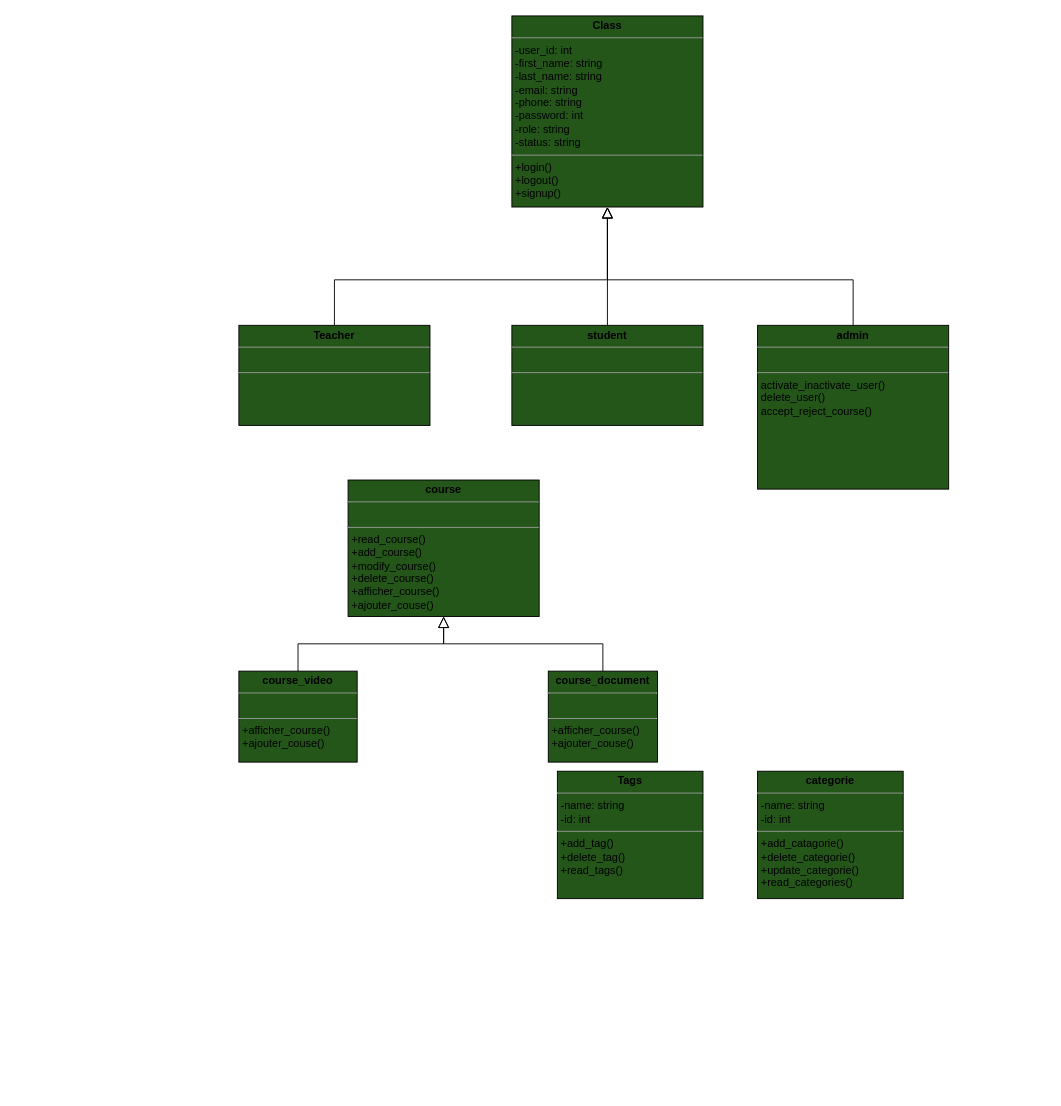
Above: page "Page-1" (1 of 2) of UML/diagramme_de_classe.drawio in Abderrahman-Ahouari/brief-crois-e-2-Plateforme-de-Cours-en-Ligne-Youdemy (draw.io), before the change. Source tidied: cells renumbered, new cells numbered last; positions are measured from the earlier drawing's top-left corner, leaving out a move shared by most shapes. Both pictures are drawn from the tidied source at 91%, with x=0, y=0 at pixel (238, 15).
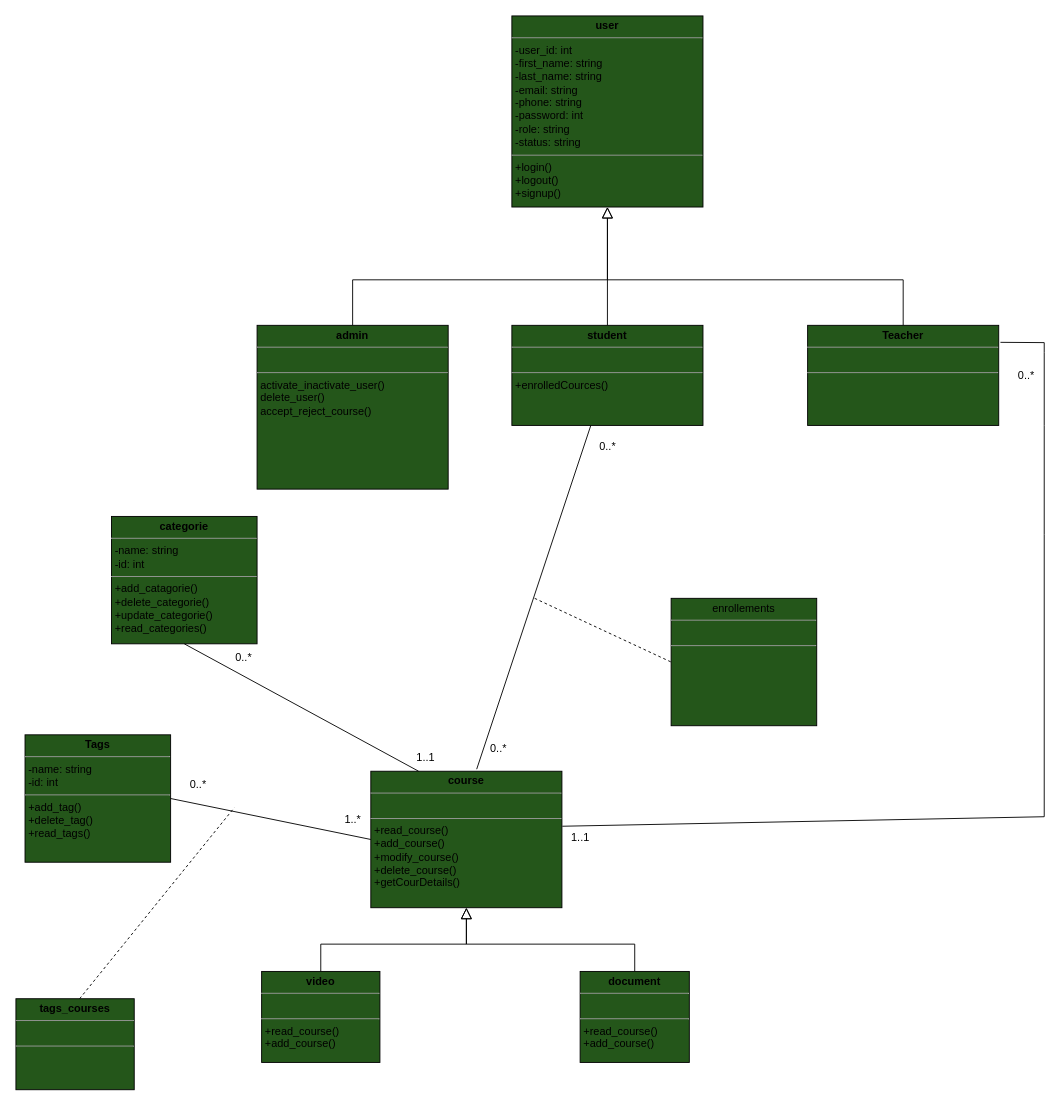
After the change.

Diff of the diagram source:
```diff
@@
-    <mxCell id="2" style="endArrow=block;endSize=10;endFill=0;shadow=0;strokeWidth=1;rounded=0;edgeStyle=elbowEdgeStyle;elbow=vertical;entryX=0.5;entryY=1;entryDx=0;entryDy=0;exitX=0.5;exitY=0;exitDx=0;exitDy=0;" parent="1" edge="1" source="6" target="5">
-      <mxGeometry relative="1" as="geometry">
-        <Array as="points">
-          <mxPoint x="320" y="290" />
-          <mxPoint x="320" y="340" />
-        </Array>
-      </mxGeometry>
-    </mxCell>
-    <mxCell id="3" style="endArrow=block;endSize=10;endFill=0;shadow=0;strokeWidth=1;rounded=0;edgeStyle=elbowEdgeStyle;elbow=vertical;exitX=0.5;exitY=0;exitDx=0;exitDy=0;entryX=0.5;entryY=1;entryDx=0;entryDy=0;" parent="1" edge="1" source="7" target="5">
-      <mxGeometry relative="1" as="geometry">
-        <Array as="points">
-          <mxPoint x="490" y="290" />
-          <mxPoint x="510" y="330" />
-        </Array>
-      </mxGeometry>
-    </mxCell>
-    <mxCell id="4" style="endArrow=block;endSize=10;endFill=0;shadow=0;strokeWidth=1;rounded=0;elbow=vertical;entryX=0.5;entryY=1;entryDx=0;entryDy=0;exitX=0.5;exitY=0;exitDx=0;exitDy=0;" parent="1" edge="1" source="8" target="5">
-      <mxGeometry relative="1" as="geometry" />
-    </mxCell>
-    <mxCell id="5" value="&lt;p style=&quot;margin:0px;margin-top:4px;text-align:center;&quot;&gt;&lt;b&gt;Class&lt;/b&gt;&lt;/p&gt;&lt;hr size=&quot;1&quot;&gt;&lt;p style=&quot;margin:0px;margin-left:4px;&quot;&gt;-user_id: int&lt;br&gt;&lt;/p&gt;&lt;p style=&quot;margin:0px;margin-left:4px;&quot;&gt;-first_name: string&lt;br&gt;&lt;/p&gt;&lt;p style=&quot;margin:0px;margin-left:4px;&quot;&gt;-last_name: string&lt;br&gt;&lt;/p&gt;&lt;p style=&quot;margin:0px;margin-left:4px;&quot;&gt;-email: string&lt;br&gt;&lt;/p&gt;&lt;p style=&quot;margin:0px;margin-left:4px;&quot;&gt;-phone: string&lt;br&gt;&lt;/p&gt;&lt;p style=&quot;margin:0px;margin-left:4px;&quot;&gt;-password: int&lt;br&gt;&lt;/p&gt;&lt;p style=&quot;margin:0px;margin-left:4px;&quot;&gt;-role: string&lt;br&gt;&lt;/p&gt;&lt;p style=&quot;margin:0px;margin-left:4px;&quot;&gt;-status: string&lt;br&gt;&lt;/p&gt;&lt;hr size=&quot;1&quot;&gt;&lt;p style=&quot;margin:0px;margin-left:4px;&quot;&gt;+login()&lt;br&gt;&lt;/p&gt;&lt;p style=&quot;margin:0px;margin-left:4px;&quot;&gt;+logout()&lt;br&gt;&lt;/p&gt;&lt;p style=&quot;margin:0px;margin-left:4px;&quot;&gt;+signup()&lt;br&gt;&lt;/p&gt;" style="verticalAlign=top;align=left;overflow=fill;fontSize=12;fontFamily=Helvetica;html=1;fillColor=#24561A;" parent="1" vertex="1">
-      <mxGeometry x="300" width="210" height="210" as="geometry" />
-    </mxCell>
+    <mxCell id="16" style="endArrow=block;endSize=10;endFill=0;shadow=0;strokeWidth=1;rounded=0;edgeStyle=elbowEdgeStyle;elbow=vertical;entryX=0.5;entryY=1;entryDx=0;entryDy=0;exitX=0.5;exitY=0;exitDx=0;exitDy=0;" parent="1" edge="1" source="6" target="18">
+      <mxGeometry relative="1" as="geometry">
+        <Array as="points">
+          <mxPoint x="320" y="290" />
+          <mxPoint x="320" y="340" />
+        </Array>
+      </mxGeometry>
+    </mxCell>
+    <mxCell id="17" style="endArrow=block;endSize=10;endFill=0;shadow=0;strokeWidth=1;rounded=0;edgeStyle=elbowEdgeStyle;elbow=vertical;exitX=0.5;exitY=0;exitDx=0;exitDy=0;entryX=0.5;entryY=1;entryDx=0;entryDy=0;" parent="1" edge="1" source="7" target="18">
+      <mxGeometry relative="1" as="geometry">
+        <Array as="points">
+          <mxPoint x="490" y="290" />
+          <mxPoint x="510" y="330" />
+        </Array>
+      </mxGeometry>
+    </mxCell>
+    <mxCell id="18" value="&lt;p style=&quot;margin:0px;margin-top:4px;text-align:center;&quot;&gt;&lt;b&gt;user&lt;/b&gt;&lt;/p&gt;&lt;hr size=&quot;1&quot;&gt;&lt;p style=&quot;margin:0px;margin-left:4px;&quot;&gt;-user_id: int&lt;br&gt;&lt;/p&gt;&lt;p style=&quot;margin:0px;margin-left:4px;&quot;&gt;-first_name: string&lt;br&gt;&lt;/p&gt;&lt;p style=&quot;margin:0px;margin-left:4px;&quot;&gt;-last_name: string&lt;br&gt;&lt;/p&gt;&lt;p style=&quot;margin:0px;margin-left:4px;&quot;&gt;-email: string&lt;br&gt;&lt;/p&gt;&lt;p style=&quot;margin:0px;margin-left:4px;&quot;&gt;-phone: string&lt;br&gt;&lt;/p&gt;&lt;p style=&quot;margin:0px;margin-left:4px;&quot;&gt;-password: int&lt;br&gt;&lt;/p&gt;&lt;p style=&quot;margin:0px;margin-left:4px;&quot;&gt;-role: string&lt;br&gt;&lt;/p&gt;&lt;p style=&quot;margin:0px;margin-left:4px;&quot;&gt;-status: string&lt;br&gt;&lt;/p&gt;&lt;hr size=&quot;1&quot;&gt;&lt;p style=&quot;margin:0px;margin-left:4px;&quot;&gt;+login()&lt;br&gt;&lt;/p&gt;&lt;p style=&quot;margin:0px;margin-left:4px;&quot;&gt;+logout()&lt;br&gt;&lt;/p&gt;&lt;p style=&quot;margin:0px;margin-left:4px;&quot;&gt;+signup()&lt;br&gt;&lt;/p&gt;" style="verticalAlign=top;align=left;overflow=fill;fontSize=12;fontFamily=Helvetica;html=1;fillColor=#24561A;" parent="1" vertex="1">
+      <mxGeometry x="300" width="210" height="210" as="geometry" />
+    </mxCell>
     <mxCell id="6" value="&lt;p style=&quot;margin:0px;margin-top:4px;text-align:center;&quot;&gt;&lt;b&gt;Teacher&lt;/b&gt;&lt;/p&gt;&lt;hr size=&quot;1&quot;&gt;&lt;p style=&quot;margin:0px;margin-left:4px;&quot;&gt;&lt;br&gt;&lt;/p&gt;&lt;hr size=&quot;1&quot;&gt;&lt;p style=&quot;margin:0px;margin-left:4px;&quot;&gt;&lt;br&gt;&lt;/p&gt;" style="verticalAlign=top;align=left;overflow=fill;fontSize=12;fontFamily=Helvetica;html=1;fillColor=#24561A;" parent="1" vertex="1">
-      <mxGeometry y="340" width="210" height="110" as="geometry" />
+      <mxGeometry x="625" y="340" width="210" height="110" as="geometry" />
     </mxCell>
     <mxCell id="7" value="&lt;p style=&quot;margin:0px;margin-top:4px;text-align:center;&quot;&gt;&lt;b&gt;admin&lt;/b&gt;&lt;/p&gt;&lt;hr size=&quot;1&quot;&gt;&lt;p style=&quot;margin:0px;margin-left:4px;&quot;&gt;&lt;br&gt;&lt;/p&gt;&lt;hr size=&quot;1&quot;&gt;&lt;p style=&quot;margin:0px;margin-left:4px;&quot;&gt;&lt;span style=&quot;background-color: initial;&quot;&gt;activate_inactivate_user()&lt;/span&gt;&lt;br&gt;&lt;/p&gt;&lt;p style=&quot;margin: 0px 0px 0px 4px;&quot;&gt;delete_user()&lt;/p&gt;&lt;p style=&quot;margin: 0px 0px 0px 4px;&quot;&gt;accept_reject_course()&lt;/p&gt;" style="verticalAlign=top;align=left;overflow=fill;fontSize=12;fontFamily=Helvetica;html=1;fillColor=#24561A;" parent="1" vertex="1">
-      <mxGeometry x="570" y="340" width="210" height="180" as="geometry" />
+      <mxGeometry x="20" y="340" width="210" height="180" as="geometry" />
     </mxCell>
-    <mxCell id="8" value="&lt;p style=&quot;margin:0px;margin-top:4px;text-align:center;&quot;&gt;&lt;b&gt;student&lt;/b&gt;&lt;/p&gt;&lt;hr size=&quot;1&quot;&gt;&lt;p style=&quot;margin:0px;margin-left:4px;&quot;&gt;&lt;br&gt;&lt;/p&gt;&lt;hr size=&quot;1&quot;&gt;&lt;p style=&quot;margin:0px;margin-left:4px;&quot;&gt;&lt;br&gt;&lt;/p&gt;" style="verticalAlign=top;align=left;overflow=fill;fontSize=12;fontFamily=Helvetica;html=1;fillColor=#24561A;" parent="1" vertex="1">
-      <mxGeometry x="300" y="340" width="210" height="110" as="geometry" />
-    </mxCell>
-    <mxCell id="9" value="&lt;p style=&quot;margin:0px;margin-top:4px;text-align:center;&quot;&gt;&lt;b&gt;course&lt;/b&gt;&lt;/p&gt;&lt;hr size=&quot;1&quot;&gt;&lt;p style=&quot;margin:0px;margin-left:4px;&quot;&gt;&lt;br&gt;&lt;/p&gt;&lt;hr size=&quot;1&quot;&gt;&lt;p style=&quot;margin:0px;margin-left:4px;&quot;&gt;+read_course()&lt;/p&gt;&lt;p style=&quot;margin:0px;margin-left:4px;&quot;&gt;&lt;span style=&quot;background-color: initial;&quot;&gt;+add_course()&lt;/span&gt;&lt;br&gt;&lt;/p&gt;&lt;p style=&quot;margin: 0px 0px 0px 4px;&quot;&gt;+modify_course()&lt;br&gt;&lt;/p&gt;&lt;p style=&quot;margin: 0px 0px 0px 4px;&quot;&gt;+delete_course()&lt;/p&gt;&lt;p style=&quot;margin: 0px 0px 0px 4px;&quot;&gt;+afficher_course()&lt;/p&gt;&lt;p style=&quot;margin: 0px 0px 0px 4px;&quot;&gt;+ajouter_couse()&lt;/p&gt;" style="verticalAlign=top;align=left;overflow=fill;fontSize=12;fontFamily=Helvetica;html=1;fillColor=#24561A;" parent="1" vertex="1">
-      <mxGeometry x="120" y="510" width="210" height="150" as="geometry" />
-    </mxCell>
-    <mxCell id="10" value="&lt;p style=&quot;margin:0px;margin-top:4px;text-align:center;&quot;&gt;&lt;b&gt;course_video&lt;/b&gt;&lt;/p&gt;&lt;hr size=&quot;1&quot;&gt;&lt;p style=&quot;margin:0px;margin-left:4px;&quot;&gt;&lt;br&gt;&lt;/p&gt;&lt;hr size=&quot;1&quot;&gt;&lt;p style=&quot;margin:0px;margin-left:4px;&quot;&gt;+afficher_course()&lt;/p&gt;&lt;p style=&quot;margin:0px;margin-left:4px;&quot;&gt;+ajouter_couse()&lt;/p&gt;" style="verticalAlign=top;align=left;overflow=fill;fontSize=12;fontFamily=Helvetica;html=1;fillColor=#24561A;" parent="1" vertex="1">
-      <mxGeometry y="720" width="130" height="100" as="geometry" />
-    </mxCell>
-    <mxCell id="11" value="&lt;p style=&quot;margin:0px;margin-top:4px;text-align:center;&quot;&gt;&lt;b&gt;course_document&lt;/b&gt;&lt;/p&gt;&lt;hr size=&quot;1&quot;&gt;&lt;p style=&quot;margin:0px;margin-left:4px;&quot;&gt;&lt;br&gt;&lt;/p&gt;&lt;hr size=&quot;1&quot;&gt;&lt;p style=&quot;margin:0px;margin-left:4px;&quot;&gt;+afficher_course()&lt;/p&gt;&lt;p style=&quot;margin:0px;margin-left:4px;&quot;&gt;+ajouter_couse()&lt;/p&gt;" style="verticalAlign=top;align=left;overflow=fill;fontSize=12;fontFamily=Helvetica;html=1;fillColor=#24561A;" parent="1" vertex="1">
-      <mxGeometry x="340" y="720" width="120" height="100" as="geometry" />
-    </mxCell>
-    <mxCell id="12" style="endArrow=block;endSize=10;endFill=0;shadow=0;strokeWidth=1;rounded=0;edgeStyle=elbowEdgeStyle;elbow=vertical;entryX=0.5;entryY=1;entryDx=0;entryDy=0;exitX=0.5;exitY=0;exitDx=0;exitDy=0;" parent="1" edge="1" source="10" target="9">
-      <mxGeometry relative="1" as="geometry">
-        <Array as="points">
-          <mxPoint x="185" y="690" />
-          <mxPoint x="145" y="680" />
-          <mxPoint x="200" y="660" />
-          <mxPoint x="330" y="646" />
-          <mxPoint x="330" y="696" />
-        </Array>
-      </mxGeometry>
-    </mxCell>
-    <mxCell id="13" style="endArrow=block;endSize=10;endFill=0;shadow=0;strokeWidth=1;rounded=0;edgeStyle=elbowEdgeStyle;elbow=vertical;entryX=0.5;entryY=1;entryDx=0;entryDy=0;exitX=0.5;exitY=0;exitDx=0;exitDy=0;" parent="1" edge="1" source="11" target="9">
-      <mxGeometry relative="1" as="geometry">
-        <Array as="points">
-          <mxPoint x="295" y="690" />
-          <mxPoint x="255" y="680" />
-          <mxPoint x="290" y="650" />
-          <mxPoint x="280" y="660" />
-          <mxPoint x="340" y="656" />
-          <mxPoint x="340" y="706" />
-        </Array>
-      </mxGeometry>
-    </mxCell>
+    <mxCell id="19" value="&lt;p style=&quot;margin:0px;margin-top:4px;text-align:center;&quot;&gt;&lt;b&gt;student&lt;/b&gt;&lt;/p&gt;&lt;hr size=&quot;1&quot;&gt;&lt;p style=&quot;margin:0px;margin-left:4px;&quot;&gt;&lt;br&gt;&lt;/p&gt;&lt;hr size=&quot;1&quot;&gt;&lt;p style=&quot;margin:0px;margin-left:4px;&quot;&gt;+enrolledCources()&lt;/p&gt;" style="verticalAlign=top;align=left;overflow=fill;fontSize=12;fontFamily=Helvetica;html=1;fillColor=#24561A;" parent="1" vertex="1">
+      <mxGeometry x="300" y="340" width="210" height="110" as="geometry" />
+    </mxCell>
+    <mxCell id="20" value="&lt;p style=&quot;margin:0px;margin-top:4px;text-align:center;&quot;&gt;&lt;b&gt;course&lt;/b&gt;&lt;/p&gt;&lt;hr size=&quot;1&quot;&gt;&lt;p style=&quot;margin:0px;margin-left:4px;&quot;&gt;&lt;br&gt;&lt;/p&gt;&lt;hr size=&quot;1&quot;&gt;&lt;p style=&quot;margin:0px;margin-left:4px;&quot;&gt;+read_course()&lt;/p&gt;&lt;p style=&quot;margin:0px;margin-left:4px;&quot;&gt;&lt;span style=&quot;background-color: initial;&quot;&gt;+add_course()&lt;/span&gt;&lt;br&gt;&lt;/p&gt;&lt;p style=&quot;margin: 0px 0px 0px 4px;&quot;&gt;+modify_course()&lt;br&gt;&lt;/p&gt;&lt;p style=&quot;margin: 0px 0px 0px 4px;&quot;&gt;+delete_course()&lt;/p&gt;&lt;p style=&quot;margin: 0px 0px 0px 4px;&quot;&gt;+getCourDetails()&lt;/p&gt;&lt;p style=&quot;margin: 0px 0px 0px 4px;&quot;&gt;&lt;br&gt;&lt;/p&gt;&lt;p style=&quot;margin: 0px 0px 0px 4px;&quot;&gt;&lt;br&gt;&lt;/p&gt;" style="verticalAlign=top;align=left;overflow=fill;fontSize=12;fontFamily=Helvetica;html=1;fillColor=#24561A;" parent="1" vertex="1">
+      <mxGeometry x="145" y="830" width="210" height="150" as="geometry" />
+    </mxCell>
+    <mxCell id="21" value="&lt;p style=&quot;margin:0px;margin-top:4px;text-align:center;&quot;&gt;&lt;b&gt;video&lt;/b&gt;&lt;/p&gt;&lt;hr size=&quot;1&quot;&gt;&lt;p style=&quot;margin:0px;margin-left:4px;&quot;&gt;&lt;br&gt;&lt;/p&gt;&lt;hr size=&quot;1&quot;&gt;&lt;p style=&quot;margin: 0px 0px 0px 4px;&quot;&gt;+read_course()&lt;/p&gt;&lt;p style=&quot;margin: 0px 0px 0px 4px;&quot;&gt;&lt;span style=&quot;background-color: initial;&quot;&gt;+add_course()&lt;/span&gt;&lt;/p&gt;" style="verticalAlign=top;align=left;overflow=fill;fontSize=12;fontFamily=Helvetica;html=1;fillColor=#24561A;" parent="1" vertex="1">
+      <mxGeometry x="25" y="1050" width="130" height="100" as="geometry" />
+    </mxCell>
+    <mxCell id="22" value="&lt;p style=&quot;margin:0px;margin-top:4px;text-align:center;&quot;&gt;&lt;b&gt;document&lt;/b&gt;&lt;/p&gt;&lt;hr size=&quot;1&quot;&gt;&lt;p style=&quot;margin:0px;margin-left:4px;&quot;&gt;&lt;br&gt;&lt;/p&gt;&lt;hr size=&quot;1&quot;&gt;&lt;p style=&quot;margin: 0px 0px 0px 4px;&quot;&gt;+read_course()&lt;/p&gt;&lt;p style=&quot;margin: 0px 0px 0px 4px;&quot;&gt;&lt;span style=&quot;background-color: initial;&quot;&gt;+add_course()&lt;/span&gt;&lt;/p&gt;" style="verticalAlign=top;align=left;overflow=fill;fontSize=12;fontFamily=Helvetica;html=1;fillColor=#24561A;" parent="1" vertex="1">
+      <mxGeometry x="375" y="1050" width="120" height="100" as="geometry" />
+    </mxCell>
+    <mxCell id="23" style="endArrow=block;endSize=10;endFill=0;shadow=0;strokeWidth=1;rounded=0;edgeStyle=elbowEdgeStyle;elbow=vertical;entryX=0.5;entryY=1;entryDx=0;entryDy=0;exitX=0.5;exitY=0;exitDx=0;exitDy=0;" parent="1" edge="1" source="21" target="20">
+      <mxGeometry relative="1" as="geometry">
+        <Array as="points">
+          <mxPoint x="210" y="1020" />
+          <mxPoint x="170" y="1010" />
+          <mxPoint x="225" y="990" />
+          <mxPoint x="355" y="976" />
+          <mxPoint x="355" y="1026" />
+        </Array>
+      </mxGeometry>
+    </mxCell>
+    <mxCell id="24" style="endArrow=block;endSize=10;endFill=0;shadow=0;strokeWidth=1;rounded=0;edgeStyle=elbowEdgeStyle;elbow=vertical;entryX=0.5;entryY=1;entryDx=0;entryDy=0;exitX=0.5;exitY=0;exitDx=0;exitDy=0;" parent="1" edge="1" source="22" target="20">
+      <mxGeometry relative="1" as="geometry">
+        <Array as="points">
+          <mxPoint x="320" y="1020" />
+          <mxPoint x="280" y="1010" />
+          <mxPoint x="315" y="980" />
+          <mxPoint x="305" y="990" />
+          <mxPoint x="365" y="986" />
+          <mxPoint x="365" y="1036" />
+        </Array>
+      </mxGeometry>
+    </mxCell>
     <mxCell id="14" value="&lt;p style=&quot;margin:0px;margin-top:4px;text-align:center;&quot;&gt;&lt;b&gt;categorie&lt;/b&gt;&lt;/p&gt;&lt;hr size=&quot;1&quot;&gt;&lt;p style=&quot;margin:0px;margin-left:4px;&quot;&gt;-name: string&lt;/p&gt;&lt;p style=&quot;margin:0px;margin-left:4px;&quot;&gt;-id: int&lt;/p&gt;&lt;hr size=&quot;1&quot;&gt;&lt;p style=&quot;margin:0px;margin-left:4px;&quot;&gt;&lt;span style=&quot;background-color: initial;&quot;&gt;+add_catagorie()&lt;/span&gt;&lt;br&gt;&lt;/p&gt;&lt;p style=&quot;margin: 0px 0px 0px 4px;&quot;&gt;+delete_categorie()&lt;/p&gt;&lt;p style=&quot;margin: 0px 0px 0px 4px;&quot;&gt;+update_categorie()&lt;/p&gt;&lt;p style=&quot;margin: 0px 0px 0px 4px;&quot;&gt;+read_categories()&lt;/p&gt;&lt;p style=&quot;margin: 0px 0px 0px 4px;&quot;&gt;&lt;br&gt;&lt;/p&gt;" style="verticalAlign=top;align=left;overflow=fill;fontSize=12;fontFamily=Helvetica;html=1;fillColor=#24561A;" parent="1" vertex="1">
-      <mxGeometry x="570" y="830" width="160" height="140" as="geometry" />
+      <mxGeometry x="-140" y="550" width="160" height="140" as="geometry" />
     </mxCell>
     <mxCell id="15" value="&lt;p style=&quot;margin:0px;margin-top:4px;text-align:center;&quot;&gt;&lt;b&gt;Tags&lt;/b&gt;&lt;/p&gt;&lt;hr size=&quot;1&quot;&gt;&lt;p style=&quot;margin:0px;margin-left:4px;&quot;&gt;-name: string&lt;/p&gt;&lt;p style=&quot;margin:0px;margin-left:4px;&quot;&gt;-id: int&lt;/p&gt;&lt;hr size=&quot;1&quot;&gt;&lt;p style=&quot;margin:0px;margin-left:4px;&quot;&gt;&lt;span style=&quot;background-color: initial;&quot;&gt;+add_tag()&lt;/span&gt;&lt;br&gt;&lt;/p&gt;&lt;p style=&quot;margin: 0px 0px 0px 4px;&quot;&gt;+delete_tag()&lt;/p&gt;&lt;p style=&quot;margin: 0px 0px 0px 4px;&quot;&gt;+read_tags()&lt;/p&gt;" style="verticalAlign=top;align=left;overflow=fill;fontSize=12;fontFamily=Helvetica;html=1;fillColor=#24561A;" parent="1" vertex="1">
-      <mxGeometry x="350" y="830" width="160" height="140" as="geometry" />
+      <mxGeometry x="-235" y="790" width="160" height="140" as="geometry" />
     </mxCell>
+    <mxCell id="25" style="endArrow=none;html=1;rounded=0;exitX=0.5;exitY=0;exitDx=0;exitDy=0;" parent="1" edge="1" source="19">
+      <mxGeometry relative="1" as="geometry">
+        <mxPoint x="405" y="290" as="targetPoint" />
+      </mxGeometry>
+    </mxCell>
+    <mxCell id="26" style="endArrow=none;html=1;rounded=0;entryX=1;entryY=0.5;entryDx=0;entryDy=0;exitX=0;exitY=0.5;exitDx=0;exitDy=0;" parent="1" edge="1" source="20" target="15">
+      <mxGeometry relative="1" as="geometry" />
+    </mxCell>
+    <mxCell id="27" value="0..*" style="text;html=1;align=center;verticalAlign=middle;strokeColor=none;fillColor=none;" parent="1" vertex="1">
+      <mxGeometry x="-65" y="830" width="40" height="30" as="geometry" />
+    </mxCell>
+    <mxCell id="28" value="1..*" style="text;html=1;align=center;verticalAlign=middle;strokeColor=none;fillColor=none;" parent="1" vertex="1">
+      <mxGeometry x="105" y="868" width="40" height="30" as="geometry" />
+    </mxCell>
+    <mxCell id="29" style="endArrow=none;html=1;rounded=0;exitX=0.554;exitY=-0.015;exitDx=0;exitDy=0;exitPerimeter=0;" parent="1" edge="1" source="20" target="19">
+      <mxGeometry relative="1" as="geometry" />
+    </mxCell>
+    <mxCell id="30" value="0..*" style="text;html=1;align=center;verticalAlign=middle;strokeColor=none;fillColor=none;" parent="1" vertex="1">
+      <mxGeometry x="265" y="790" width="40" height="30" as="geometry" />
+    </mxCell>
+    <mxCell id="31" value="0..*" style="text;html=1;align=center;verticalAlign=middle;strokeColor=none;fillColor=none;" parent="1" vertex="1">
+      <mxGeometry x="385" y="458" width="40" height="30" as="geometry" />
+    </mxCell>
+    <mxCell id="32" value="&lt;p style=&quot;margin:0px;margin-top:4px;text-align:center;&quot;&gt;enrollements&lt;/p&gt;&lt;hr size=&quot;1&quot;&gt;&lt;p style=&quot;margin:0px;margin-left:4px;&quot;&gt;&lt;br&gt;&lt;/p&gt;&lt;hr size=&quot;1&quot;&gt;&lt;p style=&quot;margin:0px;margin-left:4px;&quot;&gt;&lt;br&gt;&lt;/p&gt;&lt;p style=&quot;margin: 0px 0px 0px 4px;&quot;&gt;&lt;br&gt;&lt;/p&gt;" style="verticalAlign=top;align=left;overflow=fill;fontSize=12;fontFamily=Helvetica;html=1;fillColor=#24561A;" parent="1" vertex="1">
+      <mxGeometry x="475" y="640" width="160" height="140" as="geometry" />
+    </mxCell>
+    <mxCell id="33" style="endArrow=none;dashed=1;html=1;rounded=0;entryX=0;entryY=0.5;entryDx=0;entryDy=0;" parent="1" edge="1" target="32">
+      <mxGeometry relative="1" as="geometry">
+        <mxPoint x="325" y="640" as="sourcePoint" />
+      </mxGeometry>
+    </mxCell>
+    <mxCell id="34" style="endArrow=none;html=1;rounded=0;entryX=0.5;entryY=1;entryDx=0;entryDy=0;exitX=0.25;exitY=0;exitDx=0;exitDy=0;" parent="1" edge="1" source="20" target="14">
+      <mxGeometry relative="1" as="geometry" />
+    </mxCell>
+    <mxCell id="35" value="1..1" style="text;html=1;align=center;verticalAlign=middle;strokeColor=none;fillColor=none;" parent="1" vertex="1">
+      <mxGeometry x="185" y="800" width="40" height="30" as="geometry" />
+    </mxCell>
+    <mxCell id="36" value="0..*" style="text;html=1;align=center;verticalAlign=middle;strokeColor=none;fillColor=none;" parent="1" vertex="1">
+      <mxGeometry x="-15" y="690" width="40" height="30" as="geometry" />
+    </mxCell>
+    <mxCell id="37" style="endArrow=none;html=1;rounded=0;entryX=1.009;entryY=0.17;entryDx=0;entryDy=0;exitX=1.002;exitY=0.403;exitDx=0;exitDy=0;exitPerimeter=0;entryPerimeter=0;" parent="1" edge="1" source="20" target="6">
+      <mxGeometry relative="1" as="geometry">
+        <Array as="points">
+          <mxPoint x="885" y="880" />
+          <mxPoint x="885" y="570" />
+          <mxPoint x="885" y="450" />
+          <mxPoint x="885" y="370" />
+          <mxPoint x="885" y="359" />
+        </Array>
+      </mxGeometry>
+    </mxCell>
+    <mxCell id="38" value="1..1" style="text;html=1;align=center;verticalAlign=middle;strokeColor=none;fillColor=none;" parent="1" vertex="1">
+      <mxGeometry x="355" y="888" width="40" height="30" as="geometry" />
+    </mxCell>
+    <mxCell id="39" value="0..*" style="text;html=1;align=center;verticalAlign=middle;strokeColor=none;fillColor=none;" parent="1" vertex="1">
+      <mxGeometry x="845" y="380" width="40" height="30" as="geometry" />
+    </mxCell>
+    <mxCell id="40" style="endArrow=none;dashed=1;html=1;rounded=0;" parent="1" edge="1">
+      <mxGeometry relative="1" as="geometry">
+        <mxPoint x="-175" y="1080" as="sourcePoint" />
+        <mxPoint x="-5" y="870" as="targetPoint" />
+      </mxGeometry>
+    </mxCell>
+    <mxCell id="41" value="&lt;p style=&quot;margin:0px;margin-top:4px;text-align:center;&quot;&gt;&lt;b&gt;tags_courses&lt;/b&gt;&lt;/p&gt;&lt;hr size=&quot;1&quot;&gt;&lt;p style=&quot;margin:0px;margin-left:4px;&quot;&gt;&lt;br&gt;&lt;/p&gt;&lt;hr size=&quot;1&quot;&gt;&lt;p style=&quot;margin:0px;margin-left:4px;&quot;&gt;&lt;br&gt;&lt;/p&gt;" style="verticalAlign=top;align=left;overflow=fill;fontSize=12;fontFamily=Helvetica;html=1;fillColor=#24561A;" parent="1" vertex="1">
+      <mxGeometry x="-245" y="1080" width="130" height="100" as="geometry" />
+    </mxCell>
```
